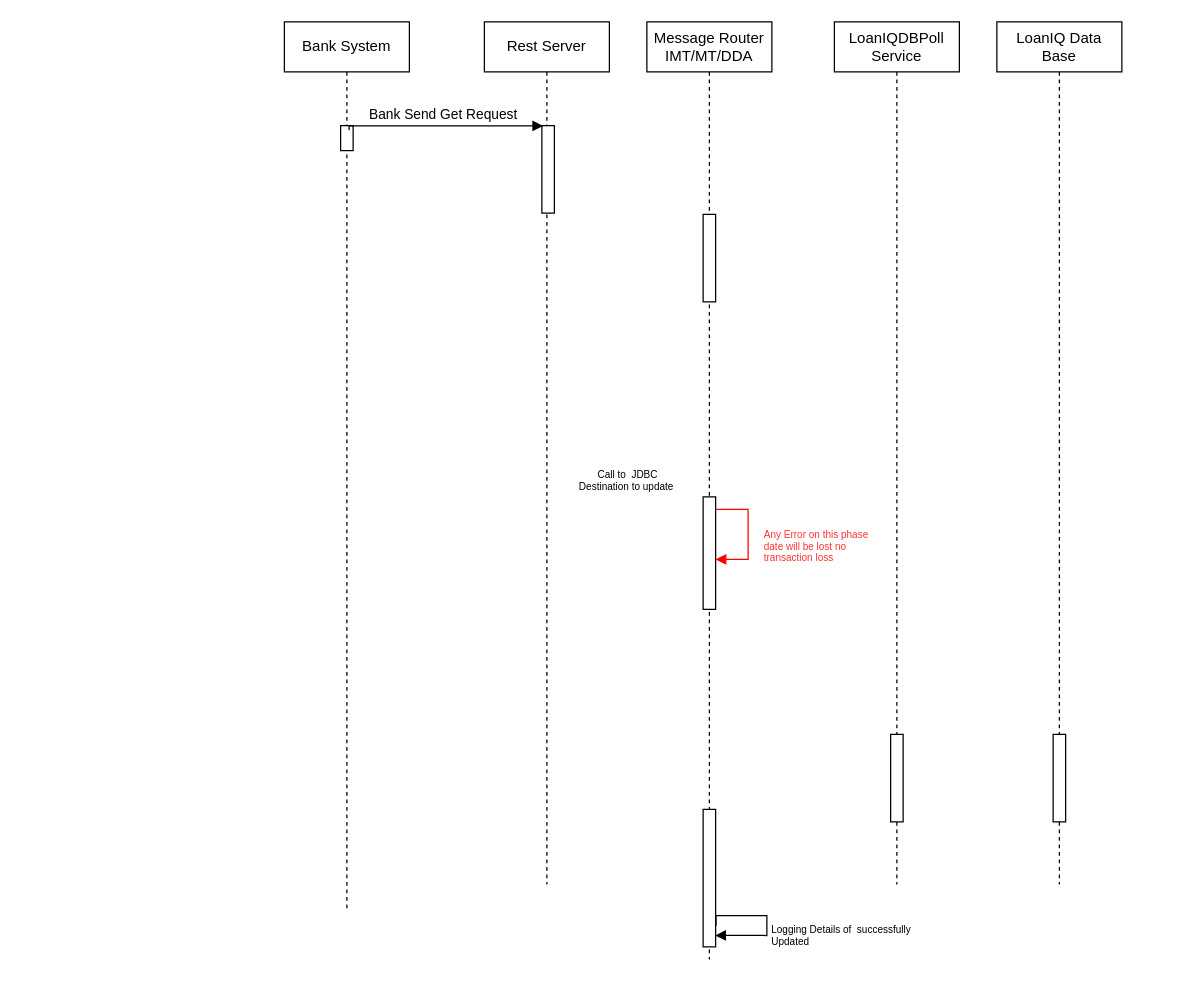
Above: page "Page-7" (7 of 7) of NFR_Reliability.drawio in thrivikramarajarao/easy_test_domain (draw.io), before the change. Source tidied: cells renumbered, new cells numbered last; positions are measured from the earlier drawing's top-left corner, leaving out a move shared by most shapes. Both pictures are drawn from the tidied source at 125%, with x=0, y=0 at pixel (284, 21).
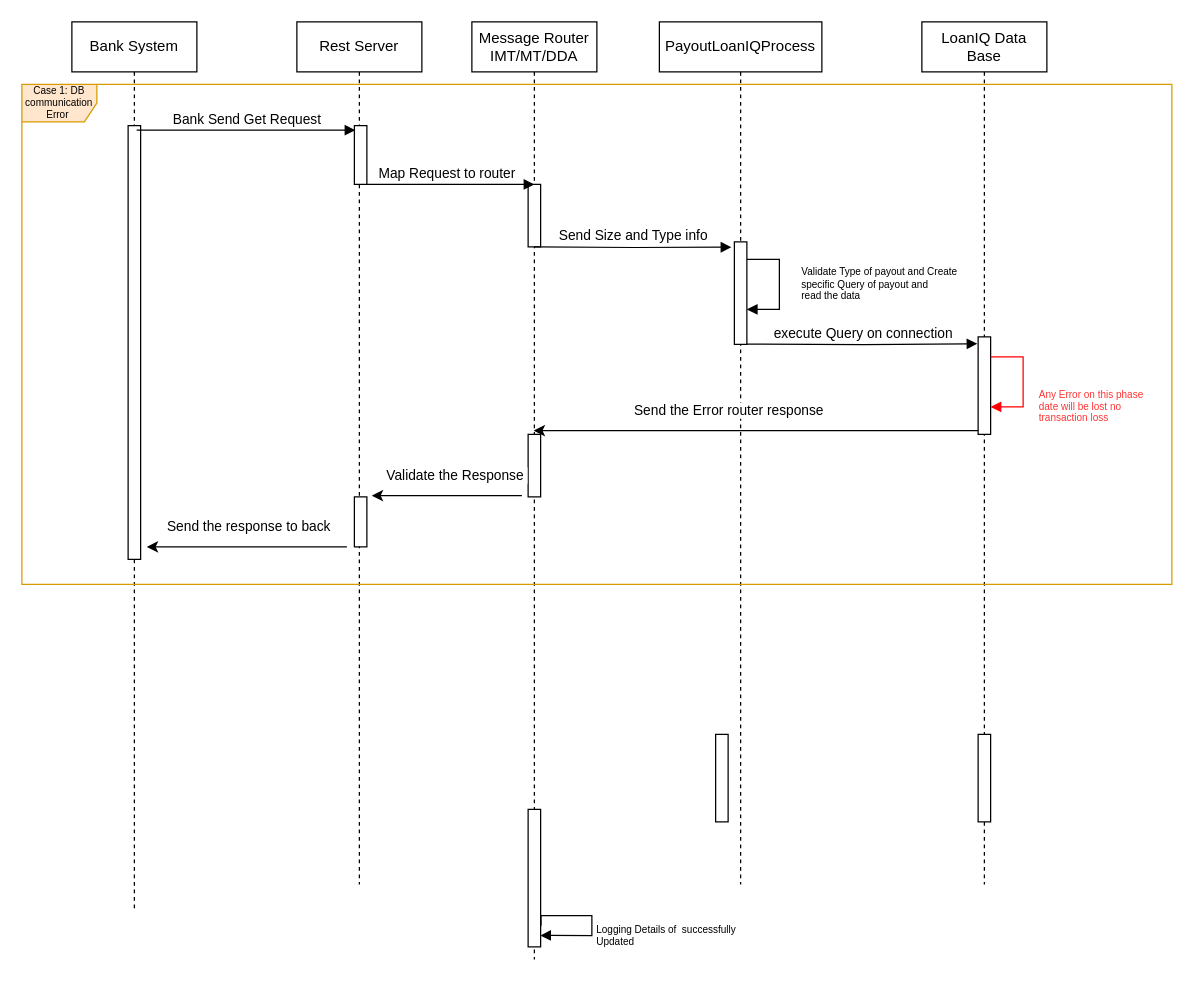
The same page after the edit.

Change to the diagram source:
```diff
@@
     <mxCell id="2" value="Bank System" style="shape=umlLifeline;perimeter=lifelinePerimeter;whiteSpace=wrap;html=1;outlineConnect=0;" parent="1" vertex="1">
-      <mxGeometry width="100" height="710" as="geometry" />
+      <mxGeometry x="-170" width="100" height="710" as="geometry" />
     </mxCell>
     <mxCell id="3" style="html=1;perimeter=orthogonalPerimeter;fontSize=8;fontColor=#000000;" parent="2" vertex="1">
-      <mxGeometry x="45" y="83" width="10" height="20" as="geometry" />
+      <mxGeometry x="45" y="83" width="10" height="347" as="geometry" />
     </mxCell>
     <mxCell id="4" value="Message Router IMT/MT/DDA" style="shape=umlLifeline;perimeter=lifelinePerimeter;whiteSpace=wrap;html=1;" parent="1" vertex="1">
-      <mxGeometry x="290" width="100" height="750" as="geometry" />
+      <mxGeometry x="150" width="100" height="750" as="geometry" />
     </mxCell>
     <mxCell id="5" style="html=1;perimeter=orthogonalPerimeter;fontSize=8;fontColor=#000000;" parent="4" vertex="1">
-      <mxGeometry x="45" y="380" width="10" height="90" as="geometry" />
+      <mxGeometry x="45" y="330" width="10" height="50" as="geometry" />
     </mxCell>
-    <mxCell id="6" value="Call to  JDBC &#10;Destination to update " style="text;align=center;fontStyle=0;verticalAlign=middle;spacingLeft=3;spacingRight=3;strokeColor=none;fontSize=8;" parent="4" vertex="1">
-      <mxGeometry x="-70" y="354" width="110" height="26" as="geometry" />
-    </mxCell>
-    <mxCell id="7" value="Any Error on this phase&amp;nbsp;&lt;br&gt;date will be lost no &lt;br&gt;transaction loss" style="edgeStyle=orthogonalEdgeStyle;html=1;align=left;spacingLeft=2;endArrow=block;rounded=0;fontSize=8;fontColor=#FF3333;labelBackgroundColor=none;fillColor=#f8cecc;strokeColor=#FF0000;" parent="4" edge="1">
-      <mxGeometry x="0.22" y="9" relative="1" as="geometry">
-        <mxPoint x="55" y="390" as="sourcePoint" />
-        <mxPoint x="55" y="430" as="targetPoint" />
-        <Array as="points">
-          <mxPoint x="55" y="390" />
-          <mxPoint x="81" y="390" />
-          <mxPoint x="81" y="430" />
-          <mxPoint x="61" y="430" />
-        </Array>
-      </mxGeometry>
-    </mxCell>
@@
     <mxCell id="10" style="html=1;perimeter=orthogonalPerimeter;fontSize=8;fontColor=#000000;" parent="4" vertex="1">
-      <mxGeometry x="45" y="154" width="10" height="70" as="geometry" />
+      <mxGeometry x="45" y="130" width="10" height="50" as="geometry" />
     </mxCell>
+    <mxCell id="18" value="Map Request to router" style="html=1;verticalAlign=bottom;endArrow=block;rounded=0;edgeStyle=orthogonalEdgeStyle;exitX=0.518;exitY=0.122;exitDx=0;exitDy=0;exitPerimeter=0;" parent="4" edge="1">
+      <mxGeometry relative="1" as="geometry">
+        <mxPoint x="-90" y="130" as="sourcePoint" />
+        <mxPoint x="50" y="130" as="targetPoint" />
+      </mxGeometry>
+    </mxCell>
+    <mxCell id="19" style="endArrow=classic;html=1;rounded=0;fontColor=#000000;strokeColor=#000000;" parent="4" edge="1">
+      <mxGeometry relative="1" as="geometry">
+        <mxPoint x="40" y="379" as="sourcePoint" />
+        <mxPoint x="-80" y="379" as="targetPoint" />
+      </mxGeometry>
+    </mxCell>
+    <mxCell id="20" value="Validate the Response&amp;nbsp;" style="edgeLabel;html=1;align=center;verticalAlign=middle;fontColor=#000000;" parent="19" vertex="1">
+      <mxGeometry x="0.24" y="4" relative="1" as="geometry">
+        <mxPoint x="21" y="-21" as="offset" />
+      </mxGeometry>
+    </mxCell>
     <mxCell id="11" value="Rest Server" style="shape=umlLifeline;perimeter=lifelinePerimeter;whiteSpace=wrap;html=1;" parent="1" vertex="1">
-      <mxGeometry x="160" width="100" height="690" as="geometry" />
+      <mxGeometry x="10" width="100" height="690" as="geometry" />
     </mxCell>
     <mxCell id="12" style="html=1;points=[];perimeter=orthogonalPerimeter;fontSize=8;fontColor=#000000;" parent="11" vertex="1">
-      <mxGeometry x="46" y="83" width="10" height="70" as="geometry" />
+      <mxGeometry x="46" y="83" width="10" height="47" as="geometry" />
     </mxCell>
+    <mxCell id="21" style="html=1;perimeter=orthogonalPerimeter;fontSize=8;fontColor=#000000;" parent="11" vertex="1">
+      <mxGeometry x="46" y="380" width="10" height="40" as="geometry" />
+    </mxCell>
-    <mxCell id="13" value="LoanIQDBPoll&lt;br&gt;Service" style="shape=umlLifeline;perimeter=lifelinePerimeter;whiteSpace=wrap;html=1;" parent="1" vertex="1">
-      <mxGeometry x="440" width="100" height="690" as="geometry" />
+    <mxCell id="13" value="PayoutLoanIQProcess" style="shape=umlLifeline;perimeter=lifelinePerimeter;whiteSpace=wrap;html=1;" parent="1" vertex="1">
+      <mxGeometry x="300" width="130" height="690" as="geometry" />
     </mxCell>
@@
+    <mxCell id="22" style="html=1;points=[];perimeter=orthogonalPerimeter;fontSize=8;fontColor=#000000;" parent="13" vertex="1">
+      <mxGeometry x="60" y="176" width="10" height="82" as="geometry" />
+    </mxCell>
+    <mxCell id="23" value="&lt;font color=&quot;#000000&quot;&gt;Validate Type of payout and Create&amp;nbsp;&lt;br&gt;specific Query of payout and&amp;nbsp;&lt;br&gt;read the data&lt;/font&gt;" style="edgeStyle=orthogonalEdgeStyle;html=1;align=left;spacingLeft=2;endArrow=block;rounded=0;fontSize=8;fontColor=#FF3333;labelBackgroundColor=none;fillColor=#f8cecc;strokeColor=#000000;" parent="13" edge="1">
+      <mxGeometry y="14" relative="1" as="geometry">
+        <mxPoint x="70" y="190" as="sourcePoint" />
+        <mxPoint x="70" y="230" as="targetPoint" />
+        <Array as="points">
+          <mxPoint x="70" y="190" />
+          <mxPoint x="96" y="190" />
+          <mxPoint x="96" y="230" />
+          <mxPoint x="76" y="230" />
+        </Array>
+      </mxGeometry>
+    </mxCell>
+    <mxCell id="24" value="execute Query on connection" style="html=1;verticalAlign=bottom;endArrow=block;rounded=0;edgeStyle=orthogonalEdgeStyle;exitX=0.518;exitY=0.122;exitDx=0;exitDy=0;exitPerimeter=0;entryX=-0.06;entryY=0.07;entryDx=0;entryDy=0;entryPerimeter=0;" parent="13" edge="1" target="25">
+      <mxGeometry relative="1" as="geometry">
+        <mxPoint x="70" y="257.7" as="sourcePoint" />
+      </mxGeometry>
+    </mxCell>
-    <mxCell id="15" value="Bank Send Get Request" style="html=1;verticalAlign=bottom;endArrow=block;rounded=0;edgeStyle=orthogonalEdgeStyle;exitX=0.518;exitY=0.122;exitDx=0;exitDy=0;exitPerimeter=0;entryX=0.973;entryY=0.892;entryDx=0;entryDy=0;entryPerimeter=0;" parent="1" edge="1" source="2">
-      <mxGeometry relative="1" as="geometry">
-        <mxPoint x="207" y="83.2" as="targetPoint" />
-        <Array as="points">
-          <mxPoint x="52" y="83" />
-        </Array>
-      </mxGeometry>
+    <mxCell id="15" value="Bank Send Get Request" style="html=1;verticalAlign=bottom;endArrow=block;rounded=0;edgeStyle=orthogonalEdgeStyle;exitX=0.518;exitY=0.122;exitDx=0;exitDy=0;exitPerimeter=0;entryX=0.08;entryY=0.077;entryDx=0;entryDy=0;entryPerimeter=0;" parent="1" edge="1" source="2" target="12">
+      <mxGeometry relative="1" as="geometry" />
     </mxCell>
     <mxCell id="16" value="LoanIQ Data Base" style="shape=umlLifeline;perimeter=lifelinePerimeter;whiteSpace=wrap;html=1;" parent="1" vertex="1">
-      <mxGeometry x="570" width="100" height="690" as="geometry" />
+      <mxGeometry x="510" width="100" height="690" as="geometry" />
     </mxCell>
@@
+    <mxCell id="25" style="html=1;points=[];perimeter=orthogonalPerimeter;fontSize=8;fontColor=#000000;" parent="16" vertex="1">
+      <mxGeometry x="45" y="252" width="10" height="78" as="geometry" />
+    </mxCell>
+    <mxCell id="7" value="Any Error on this phase&amp;nbsp;&lt;br&gt;date will be lost no &lt;br&gt;transaction loss" style="edgeStyle=orthogonalEdgeStyle;html=1;align=left;spacingLeft=2;endArrow=block;rounded=0;fontSize=8;fontColor=#FF3333;labelBackgroundColor=none;fillColor=#f8cecc;strokeColor=#FF0000;" parent="16" edge="1">
+      <mxGeometry x="0.43" y="-9" relative="1" as="geometry">
+        <mxPoint x="55" y="268" as="sourcePoint" />
+        <mxPoint x="55" y="308" as="targetPoint" />
+        <Array as="points">
+          <mxPoint x="55" y="268" />
+          <mxPoint x="81" y="268" />
+          <mxPoint x="81" y="308" />
+          <mxPoint x="61" y="308" />
+        </Array>
+        <mxPoint x="9" y="9" as="offset" />
+      </mxGeometry>
+    </mxCell>
+    <mxCell id="26" value="Send Size and Type info" style="html=1;verticalAlign=bottom;endArrow=block;rounded=0;edgeStyle=orthogonalEdgeStyle;exitX=0.518;exitY=0.122;exitDx=0;exitDy=0;exitPerimeter=0;entryX=-0.24;entryY=0.052;entryDx=0;entryDy=0;entryPerimeter=0;" parent="1" edge="1" target="22">
+      <mxGeometry relative="1" as="geometry">
+        <mxPoint x="200" y="180" as="sourcePoint" />
+      </mxGeometry>
+    </mxCell>
+    <mxCell id="27" style="endArrow=classic;html=1;rounded=0;fontColor=#000000;strokeColor=#000000;" parent="1" edge="1">
+      <mxGeometry relative="1" as="geometry">
+        <mxPoint x="555" y="327" as="sourcePoint" />
+        <mxPoint x="199.5" y="327" as="targetPoint" />
+      </mxGeometry>
+    </mxCell>
+    <mxCell id="28" value="Send the Error router response&amp;nbsp;" style="edgeLabel;html=1;align=center;verticalAlign=middle;fontColor=#000000;" parent="27" vertex="1">
+      <mxGeometry x="0.24" y="4" relative="1" as="geometry">
+        <mxPoint x="21" y="-21" as="offset" />
+      </mxGeometry>
+    </mxCell>
+    <mxCell id="29" style="endArrow=classic;html=1;rounded=0;fontColor=#000000;strokeColor=#000000;" parent="1" edge="1">
+      <mxGeometry relative="1" as="geometry">
+        <mxPoint x="50" y="420" as="sourcePoint" />
+        <mxPoint x="-110" y="420" as="targetPoint" />
+      </mxGeometry>
+    </mxCell>
+    <mxCell id="30" value="Send the response to back&amp;nbsp;" style="edgeLabel;html=1;align=center;verticalAlign=middle;fontColor=#000000;" parent="29" vertex="1">
+      <mxGeometry x="0.24" y="4" relative="1" as="geometry">
+        <mxPoint x="21" y="-21" as="offset" />
+      </mxGeometry>
+    </mxCell>
+    <mxCell id="31" value="Case 1: DB communication Error&amp;nbsp;" style="shape=umlFrame;whiteSpace=wrap;html=1;fontSize=8;fillColor=#ffe6cc;strokeColor=#d79b00;" parent="1" vertex="1">
+      <mxGeometry x="-210" y="50" width="920" height="400" as="geometry" />
+    </mxCell>
```
